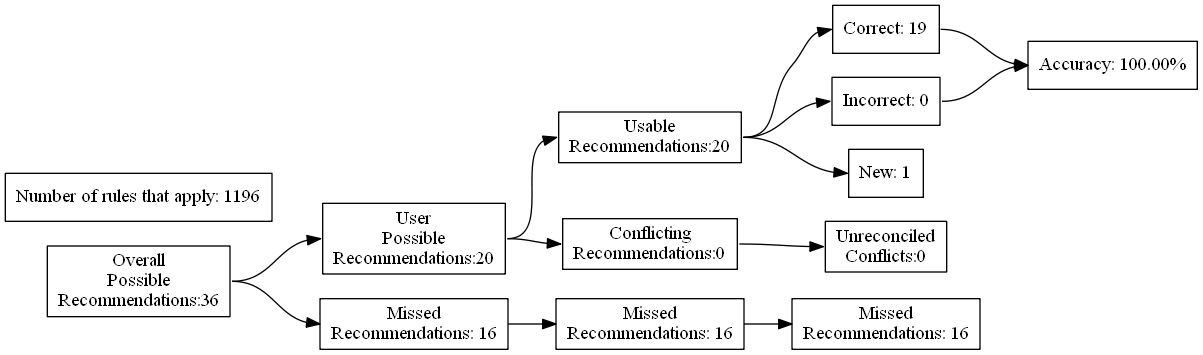
Above: test_renders/21.gv.png in ZaxR/ibd_diet_analysis (Graphviz), before the change. Its source is kept beside it as test_renders/21.gv. Its diagram source:
```dot
digraph {
	graph [rankdir=LR]
	node [pos=r shape=box]
	edge [headport=w tailport=e]
		A [label="Overall
Possible
Recommendations:36"]
		B [label="User
Possible
Recommendations:20"]
		C [label="Missed
Recommendations: 16"]
		D [label="Usable
Recommendations:20"]
		E [label="Conflicting
Recommendations:0"]
		J [label="Missed
Recommendations: 16"]
		M [label="Unreconciled
Conflicts:0"]
		F [label="Correct: 19"]
		G [label="Incorrect: 0"]
		H [label="New: 1"]
		K [label="Missed
Recommendations: 16"]
		I [label="Accuracy: 100.00%"]
		l [label="Number of rules that apply: 1196"]
			A -> B
			A -> C
			B -> D
			B -> E
			D -> F
			D -> G
			D -> H
			F -> I
			G -> I
			C -> J
			J -> K
			E -> M
}
```
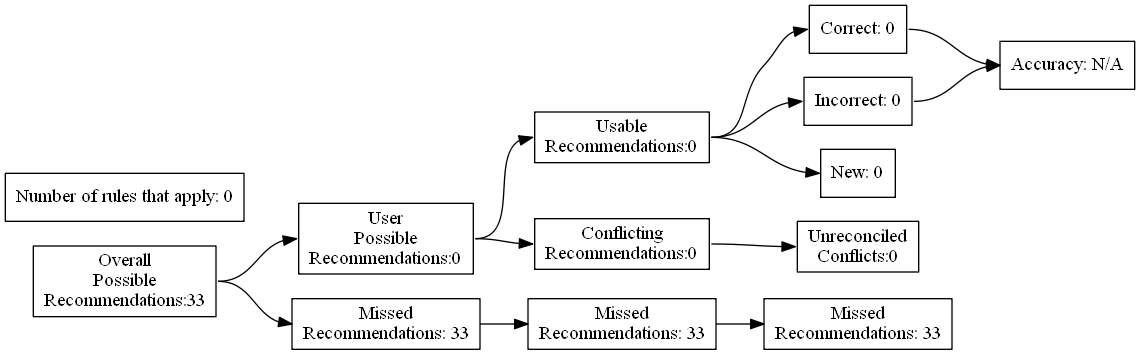
The same file after the commit.

Diff of the diagram source:
```diff
@@ -4,27 +4,27 @@
 	edge [headport=w tailport=e]
 		A [label="Overall
 Possible
-Recommendations:36"]
+Recommendations:33"]
 		B [label="User
 Possible
-Recommendations:20"]
+Recommendations:0"]
 		C [label="Missed
-Recommendations: 16"]
+Recommendations: 33"]
 		D [label="Usable
-Recommendations:20"]
+Recommendations:0"]
 		E [label="Conflicting
 Recommendations:0"]
 		J [label="Missed
-Recommendations: 16"]
+Recommendations: 33"]
 		M [label="Unreconciled
 Conflicts:0"]
-		F [label="Correct: 19"]
+		F [label="Correct: 0"]
 		G [label="Incorrect: 0"]
-		H [label="New: 1"]
+		H [label="New: 0"]
 		K [label="Missed
-Recommendations: 16"]
-		I [label="Accuracy: 100.00%"]
-		l [label="Number of rules that apply: 1196"]
+Recommendations: 33"]
+		I [label="Accuracy: N/A"]
+		l [label="Number of rules that apply: 0"]
 			A -> B
 			A -> C
 			B -> D
```
